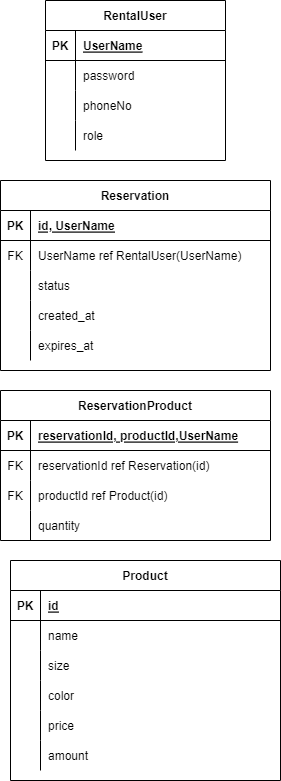
Above: Attachments/Mapping.drawio.png in darkogoluza/SEP2 (draw.io), before the change. Source tidied: cells renumbered, new cells last; positions are measured from the earlier drawing's top-left corner, leaving out a move shared by most shapes.
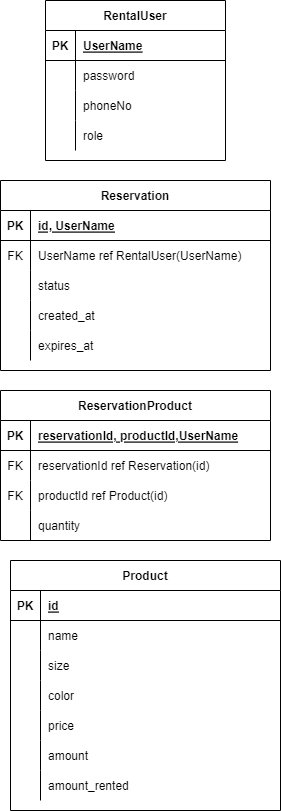
Later version of the same file.

What changed in the source:
```diff
@@ -90,7 +90,7 @@
       <mxGeometry x="30" width="240" height="30" as="geometry" />
     </mxCell>
     <mxCell id="31" value="Product" style="shape=table;startSize=30;rowLines=0;fontStyle=1;align=center;" parent="1" vertex="1">
-      <mxGeometry x="10" y="560" width="270" height="220" as="geometry" />
+      <mxGeometry x="10" y="560" width="270" height="250" as="geometry" />
     </mxCell>
     <mxCell id="32" style="shape=tableRow;horizontal=0;startSize=0;swimlaneHead=0;swimlaneBody=0;fillColor=none;top=0;left=0;right=0;bottom=1;" parent="31" vertex="1">
       <mxGeometry y="30" width="270" height="30" as="geometry" />
@@ -146,6 +146,15 @@
     <mxCell id="49" value="amount" style="shape=partialRectangle;fillColor=none;top=0;left=0;bottom=0;right=0;align=left;spacingLeft=6;overflow=hidden;" parent="47" vertex="1">
       <mxGeometry x="30" width="240" height="30" as="geometry" />
     </mxCell>
+    <mxCell id="63" style="shape=tableRow;horizontal=0;startSize=0;swimlaneHead=0;swimlaneBody=0;fillColor=none;top=0;left=0;right=0;bottom=0;" parent="31" vertex="1">
+      <mxGeometry y="210" width="270" height="30" as="geometry" />
+    </mxCell>
+    <mxCell id="64" style="shape=partialRectangle;fillColor=none;top=0;left=0;bottom=0;right=0;overflow=hidden;" parent="63" vertex="1">
+      <mxGeometry width="30" height="30" as="geometry" />
+    </mxCell>
+    <mxCell id="65" value="amount_rented" style="shape=partialRectangle;fillColor=none;top=0;left=0;bottom=0;right=0;align=left;spacingLeft=6;overflow=hidden;" parent="63" vertex="1">
+      <mxGeometry x="30" width="240" height="30" as="geometry" />
+    </mxCell>
     <mxCell id="50" value="ReservationProduct" style="shape=table;startSize=30;rowLines=0;fontStyle=1;align=center;" parent="1" vertex="1">
       <mxGeometry y="390" width="270" height="150" as="geometry" />
     </mxCell>
```
